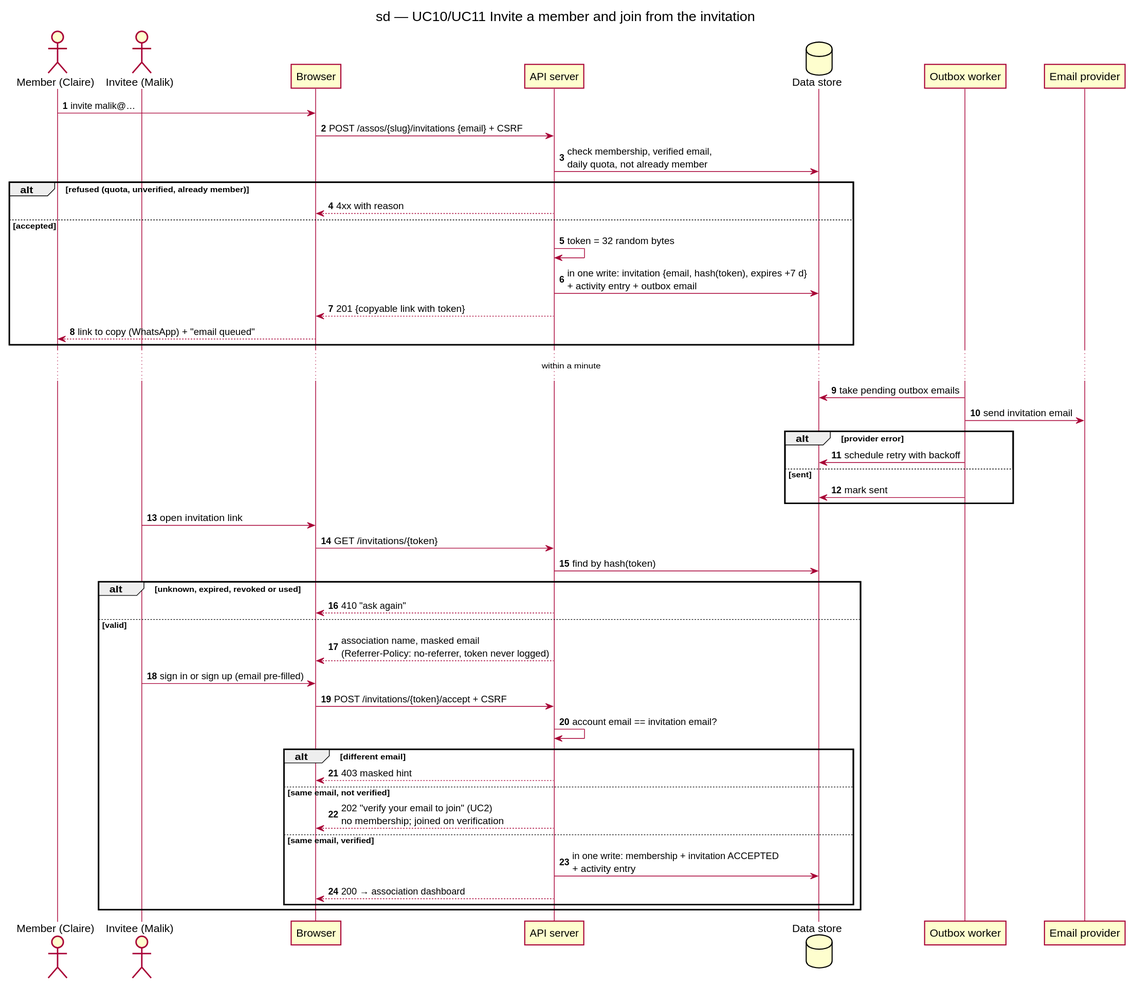
benoit-bremaud/HappiHub keeps this PlantUML diagram as docs/architecture/diagrams/v1-events/02b-sequence-invite-and-join.svg. Above is the earlier version.
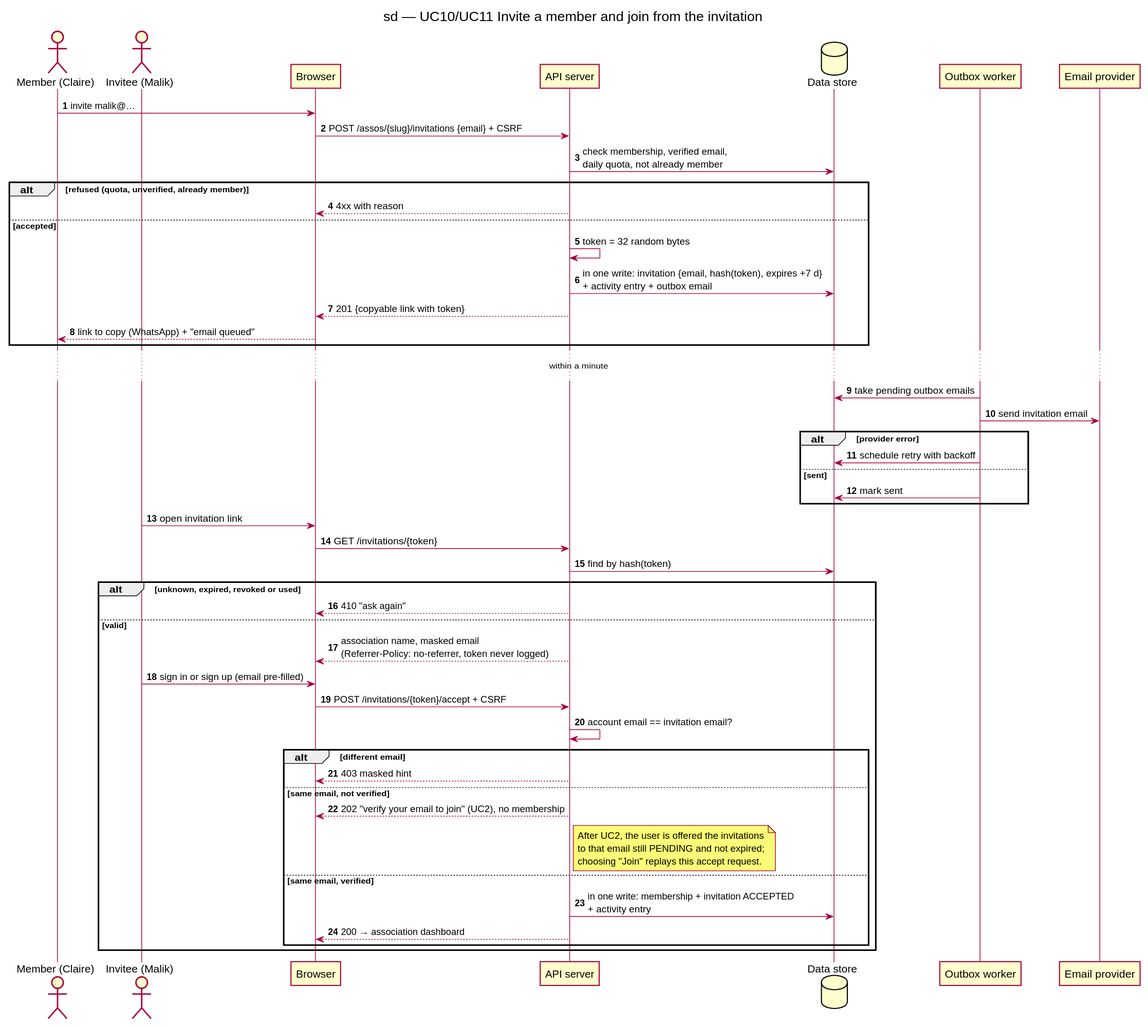
The same diagram one commit later.

Commit message:
docs(uml): keep joining an explicit choice after email verification

Change to the diagram source:
```diff
@@ -42,7 +42,12 @@
   alt different email
     A --> B : 403 masked hint
   else same email, not verified
-    A --> B : 202 "verify your email to join" (UC2)\nno membership; joined on verification
+    A --> B : 202 "verify your email to join" (UC2), no membership
+    note right of A
+      After UC2, the user is offered the invitations
+      to that email still PENDING and not expired;
+      choosing "Join" replays this accept request.
+    end note
   else same email, verified
     A -> D : in one write: membership + invitation ACCEPTED\n+ activity entry
     A --> B : 200 → association dashboard
```
